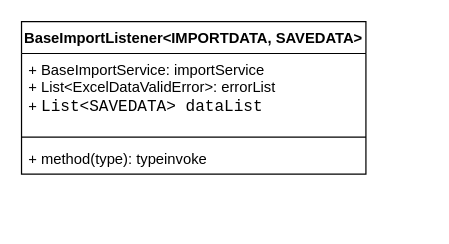
Before: 未命名绘图.drawio in 1135004584/diagrams, a draw.io diagram. Source tidied: cells renumbered, new cells numbered last; positions are measured from the earlier drawing's top-left corner, leaving out a move shared by most shapes. Both pictures are drawn from the tidied source at 123%, with x=0, y=0 at pixel (21, 21).
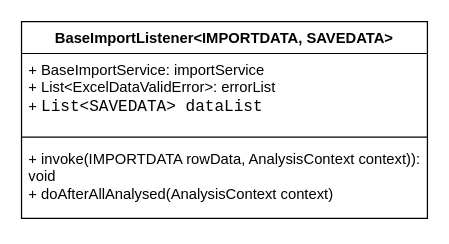
Above is the later version.

Commit message (it also covers changes not shown here):
更新未命名绘图.drawio

Diff of the diagram source:
```diff
@@
 <mxGraphModel>
   <root>
     <mxCell id="0" />
     <mxCell id="1" parent="0" />
     <mxCell id="2" value="BaseImportListener&amp;lt;IMPORTDATA, SAVEDATA&amp;gt;" style="swimlane;fontStyle=1;align=center;verticalAlign=top;horizontal=1;startSize=26;whiteSpace=wrap;html=1;" parent="1" vertex="1">
-      <mxGeometry width="280" height="124" as="geometry" />
+      <mxGeometry width="330" height="160" as="geometry" />
     </mxCell>
     <mxCell id="3" value="+&amp;nbsp;BaseImportService:&amp;nbsp;importService&lt;br&gt;+&amp;nbsp;List&amp;lt;ExcelDataValidError&amp;gt;:&amp;nbsp;errorList&lt;br&gt;+&amp;nbsp;&lt;span style=&quot;font-family: &amp;quot;JetBrains Mono&amp;quot;, monospace; font-size: 9.8pt;&quot;&gt;List&amp;lt;&lt;/span&gt;&lt;span style=&quot;font-family: &amp;quot;JetBrains Mono&amp;quot;, monospace; font-size: 9.8pt;&quot;&gt;SAVEDATA&lt;/span&gt;&lt;span style=&quot;font-family: &amp;quot;JetBrains Mono&amp;quot;, monospace; font-size: 9.8pt;&quot;&gt;&amp;gt; &lt;/span&gt;&lt;span style=&quot;font-family: &amp;quot;JetBrains Mono&amp;quot;, monospace; font-size: 9.8pt;&quot;&gt;dataList&lt;/span&gt;" style="text;strokeColor=none;fillColor=none;align=left;verticalAlign=top;spacingLeft=4;spacingRight=4;overflow=hidden;whiteSpace=wrap;html=1;" parent="2" vertex="1">
-      <mxGeometry y="26" width="280" height="64" as="geometry" />
+      <mxGeometry y="26" width="330" height="64" as="geometry" />
     </mxCell>
     <mxCell id="4" style="line;strokeWidth=1;fillColor=none;align=left;verticalAlign=middle;spacingTop=-1;spacingLeft=3;spacingRight=3;labelPosition=right;strokeColor=inherit;" parent="2" vertex="1">
-      <mxGeometry y="90" width="280" height="8" as="geometry" />
+      <mxGeometry y="90" width="330" height="8" as="geometry" />
     </mxCell>
-    <mxCell id="5" value="+ method(type): typeinvoke" style="text;strokeColor=none;fillColor=none;align=left;verticalAlign=top;spacingLeft=4;spacingRight=4;overflow=hidden;whiteSpace=wrap;html=1;" parent="2" vertex="1">
-      <mxGeometry y="98" width="280" height="26" as="geometry" />
+    <mxCell id="5" value="+&amp;nbsp;invoke(IMPORTDATA rowData, AnalysisContext context)): void&lt;br&gt;+&amp;nbsp;doAfterAllAnalysed(AnalysisContext context)&lt;span style=&quot;background-color: initial;&quot;&gt;&lt;br&gt;&lt;/span&gt;" style="text;strokeColor=none;fillColor=none;align=left;verticalAlign=top;spacingLeft=4;spacingRight=4;overflow=hidden;whiteSpace=wrap;html=1;" parent="2" vertex="1">
+      <mxGeometry y="98" width="330" height="62" as="geometry" />
     </mxCell>
   </root>
 </mxGraphModel>
```
